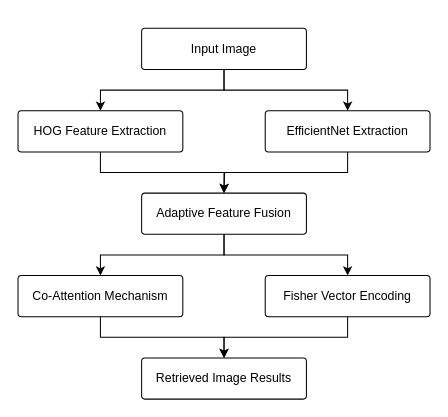
Before: CBIR003.drawio in vinayak-k24/DrawIO, a draw.io diagram. Source tidied: cells renumbered, new cells numbered last; positions are measured from the earlier drawing's top-left corner, leaving out a move shared by most shapes. Both pictures are drawn from the tidied source at 103%, with x=0, y=0 at pixel (18, 28).
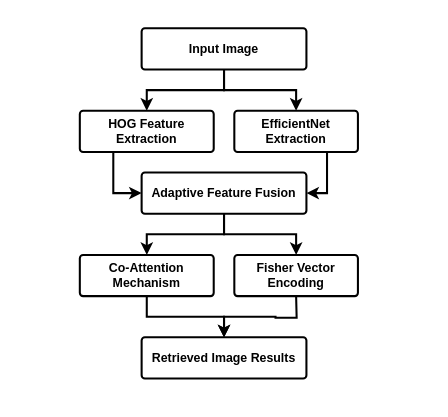
Above is the later version.

The edit, as a diff of the source:
```diff
@@
 <mxGraphModel>
   <root>
     <mxCell id="0" />
     <mxCell id="1" parent="0" />
+    <mxCell id="17" style="rounded=0;whiteSpace=wrap;html=1;strokeColor=none;" parent="1" vertex="1">
+      <mxGeometry x="50" y="-10" width="290" height="360" as="geometry" />
+    </mxCell>
-    <mxCell id="2" style="edgeStyle=orthogonalEdgeStyle;rounded=0;jettySize=auto;html=1;exitX=0.5;exitY=1;exitDx=0;exitDy=0;entryX=0.5;entryY=0;entryDx=0;entryDy=0;" parent="1" edge="1" source="4" target="6">
+    <mxCell id="2" style="edgeStyle=orthogonalEdgeStyle;rounded=0;jettySize=auto;html=1;exitX=0.5;exitY=1;exitDx=0;exitDy=0;entryX=0.5;entryY=0;entryDx=0;entryDy=0;strokeWidth=2;fontStyle=1;" parent="1" edge="1" source="4" target="6">
       <mxGeometry relative="1" as="geometry" />
     </mxCell>
-    <mxCell id="3" style="edgeStyle=orthogonalEdgeStyle;rounded=0;jettySize=auto;html=1;exitX=0.5;exitY=1;exitDx=0;exitDy=0;entryX=0.5;entryY=0;entryDx=0;entryDy=0;" parent="1" edge="1" source="4" target="13">
+    <mxCell id="3" style="edgeStyle=orthogonalEdgeStyle;rounded=0;jettySize=auto;html=1;exitX=0.5;exitY=1;exitDx=0;exitDy=0;entryX=0.5;entryY=0;entryDx=0;entryDy=0;strokeWidth=2;fontStyle=1;" parent="1" edge="1" source="4" target="13">
       <mxGeometry relative="1" as="geometry" />
     </mxCell>
-    <mxCell id="4" value="Input Image" style="rounded=1;whiteSpace=wrap;html=1;imageHeight=24;arcSize=8;" parent="1" vertex="1">
+    <mxCell id="4" value="Input Image" style="rounded=1;whiteSpace=wrap;html=1;imageHeight=24;arcSize=8;strokeWidth=2;fontStyle=1;" parent="1" vertex="1">
       <mxGeometry x="120" width="160" height="40" as="geometry" />
     </mxCell>
-    <mxCell id="5" style="edgeStyle=orthogonalEdgeStyle;rounded=0;jettySize=auto;html=1;exitX=0.5;exitY=1;exitDx=0;exitDy=0;" parent="1" edge="1" source="6" target="9">
+    <mxCell id="5" style="edgeStyle=orthogonalEdgeStyle;rounded=0;jettySize=auto;html=1;exitX=0.25;exitY=1;exitDx=0;exitDy=0;entryX=0;entryY=0.5;entryDx=0;entryDy=0;strokeWidth=2;" parent="1" edge="1" source="6" target="9">
       <mxGeometry relative="1" as="geometry" />
     </mxCell>
-    <mxCell id="6" value="HOG Feature Extraction" style="rounded=1;whiteSpace=wrap;html=1;imageHeight=24;arcSize=8;" parent="1" vertex="1">
-      <mxGeometry y="80" width="160" height="40" as="geometry" />
+    <mxCell id="6" value="HOG Feature Extraction" style="rounded=1;whiteSpace=wrap;html=1;imageHeight=24;arcSize=8;strokeWidth=2;fontStyle=1;" parent="1" vertex="1">
+      <mxGeometry x="60" y="80" width="130" height="40" as="geometry" />
     </mxCell>
-    <mxCell id="7" style="edgeStyle=orthogonalEdgeStyle;rounded=0;jettySize=auto;html=1;exitX=0.5;exitY=1;exitDx=0;exitDy=0;entryX=0.5;entryY=0;entryDx=0;entryDy=0;" parent="1" edge="1" source="9" target="11">
+    <mxCell id="7" style="edgeStyle=orthogonalEdgeStyle;rounded=0;jettySize=auto;html=1;exitX=0.5;exitY=1;exitDx=0;exitDy=0;entryX=0.5;entryY=0;entryDx=0;entryDy=0;strokeWidth=2;fontStyle=1;" parent="1" edge="1" source="9" target="11">
       <mxGeometry relative="1" as="geometry" />
     </mxCell>
-    <mxCell id="8" style="edgeStyle=orthogonalEdgeStyle;rounded=0;jettySize=auto;html=1;exitX=0.5;exitY=1;exitDx=0;exitDy=0;entryX=0.5;entryY=0;entryDx=0;entryDy=0;" parent="1" edge="1" source="9" target="15">
+    <mxCell id="8" style="edgeStyle=orthogonalEdgeStyle;rounded=0;jettySize=auto;html=1;exitX=0.5;exitY=1;exitDx=0;exitDy=0;entryX=0.5;entryY=0;entryDx=0;entryDy=0;strokeWidth=2;fontStyle=1;" parent="1" edge="1" source="9" target="15">
       <mxGeometry relative="1" as="geometry" />
     </mxCell>
-    <mxCell id="9" value="Adaptive Feature Fusion" style="rounded=1;whiteSpace=wrap;html=1;imageHeight=24;arcSize=8;" parent="1" vertex="1">
-      <mxGeometry x="120" y="160" width="160" height="40" as="geometry" />
+    <mxCell id="9" value="Adaptive Feature Fusion" style="rounded=1;whiteSpace=wrap;html=1;imageHeight=24;arcSize=8;strokeWidth=2;fontStyle=1;" parent="1" vertex="1">
+      <mxGeometry x="120" y="140" width="160" height="40" as="geometry" />
     </mxCell>
-    <mxCell id="10" style="edgeStyle=orthogonalEdgeStyle;rounded=0;jettySize=auto;html=1;exitX=0.5;exitY=1;exitDx=0;exitDy=0;entryX=0.5;entryY=0;entryDx=0;entryDy=0;" parent="1" edge="1" source="11" target="16">
+    <mxCell id="10" style="edgeStyle=orthogonalEdgeStyle;rounded=0;jettySize=auto;html=1;exitX=0.5;exitY=1;exitDx=0;exitDy=0;entryX=0.5;entryY=0;entryDx=0;entryDy=0;strokeWidth=2;fontStyle=1;" parent="1" edge="1" source="11" target="16">
       <mxGeometry relative="1" as="geometry" />
     </mxCell>
-    <mxCell id="11" value="Co-Attention Mechanism" style="rounded=1;whiteSpace=wrap;html=1;imageHeight=24;arcSize=8;" parent="1" vertex="1">
-      <mxGeometry y="240" width="160" height="40" as="geometry" />
+    <mxCell id="11" value="Co-Attention Mechanism" style="rounded=1;whiteSpace=wrap;html=1;imageHeight=24;arcSize=8;strokeWidth=2;fontStyle=1;" parent="1" vertex="1">
+      <mxGeometry x="60" y="220" width="130" height="40" as="geometry" />
     </mxCell>
-    <mxCell id="12" style="edgeStyle=orthogonalEdgeStyle;rounded=0;jettySize=auto;html=1;exitX=0.5;exitY=1;exitDx=0;exitDy=0;" parent="1" edge="1" source="13">
-      <mxGeometry relative="1" as="geometry">
-        <mxPoint x="200" y="160" as="targetPoint" />
-      </mxGeometry>
-    </mxCell>
+    <mxCell id="18" style="edgeStyle=orthogonalEdgeStyle;rounded=0;jettySize=auto;html=1;exitX=0.75;exitY=1;exitDx=0;exitDy=0;entryX=1;entryY=0.5;entryDx=0;entryDy=0;strokeWidth=2;" parent="1" edge="1" source="13" target="9">
+      <mxGeometry relative="1" as="geometry" />
+    </mxCell>
-    <mxCell id="13" value="EfficientNet Extraction" style="rounded=1;whiteSpace=wrap;html=1;imageHeight=24;arcSize=8;" parent="1" vertex="1">
-      <mxGeometry x="240" y="80" width="160" height="40" as="geometry" />
+    <mxCell id="13" value="EfficientNet Extraction" style="rounded=1;whiteSpace=wrap;html=1;imageHeight=24;arcSize=8;strokeWidth=2;fontStyle=1;" parent="1" vertex="1">
+      <mxGeometry x="210" y="80" width="120" height="40" as="geometry" />
     </mxCell>
-    <mxCell id="14" style="edgeStyle=orthogonalEdgeStyle;rounded=0;jettySize=auto;html=1;exitX=0.5;exitY=1;exitDx=0;exitDy=0;entryX=0.5;entryY=0;entryDx=0;entryDy=0;" parent="1" edge="1" source="15" target="16">
-      <mxGeometry relative="1" as="geometry" />
+    <mxCell id="14" style="edgeStyle=orthogonalEdgeStyle;rounded=0;jettySize=auto;html=1;exitX=0.5;exitY=1;exitDx=0;exitDy=0;entryX=0.5;entryY=0;entryDx=0;entryDy=0;strokeWidth=2;fontStyle=1;" parent="1" edge="1" target="16">
+      <mxGeometry relative="1" as="geometry">
+        <mxPoint x="270" y="260" as="sourcePoint" />
+      </mxGeometry>
     </mxCell>
-    <mxCell id="15" value="Fisher Vector Encoding" style="rounded=1;whiteSpace=wrap;html=1;imageHeight=24;arcSize=8;" parent="1" vertex="1">
-      <mxGeometry x="240" y="240" width="160" height="40" as="geometry" />
+    <mxCell id="15" value="Fisher Vector Encoding" style="rounded=1;whiteSpace=wrap;html=1;imageHeight=24;arcSize=8;strokeWidth=2;fontStyle=1;" parent="1" vertex="1">
+      <mxGeometry x="210" y="220" width="120" height="40" as="geometry" />
     </mxCell>
-    <mxCell id="16" value="Retrieved Image Results" style="rounded=1;whiteSpace=wrap;html=1;imageHeight=24;arcSize=8;" parent="1" vertex="1">
-      <mxGeometry x="120" y="320" width="160" height="40" as="geometry" />
+    <mxCell id="16" value="Retrieved Image Results" style="rounded=1;whiteSpace=wrap;html=1;imageHeight=24;arcSize=8;strokeWidth=2;fontStyle=1;" parent="1" vertex="1">
+      <mxGeometry x="120" y="300" width="160" height="40" as="geometry" />
     </mxCell>
   </root>
 </mxGraphModel>
```
